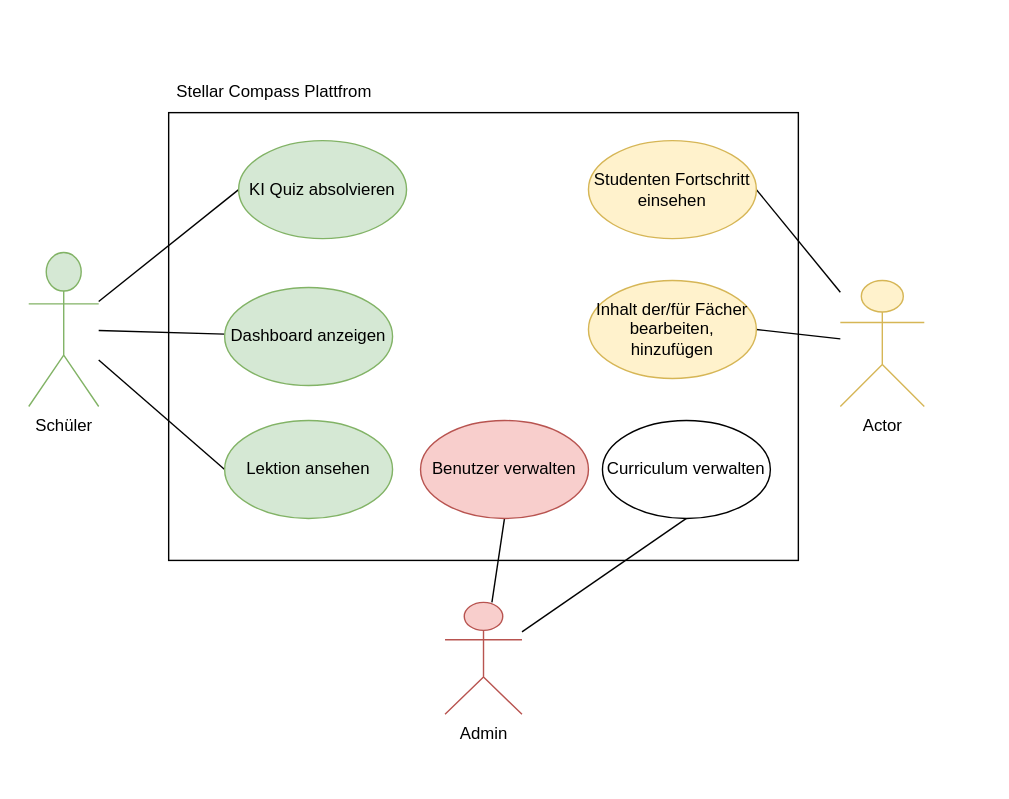
The draw.io diagram docs/Visuals/uc_diagram.drawio.svg in husse786/stellarcompass, before a commit. Source tidied: cells renumbered, new cells last; positions are measured from the earlier drawing's top-left corner, leaving out a move shared by most shapes.
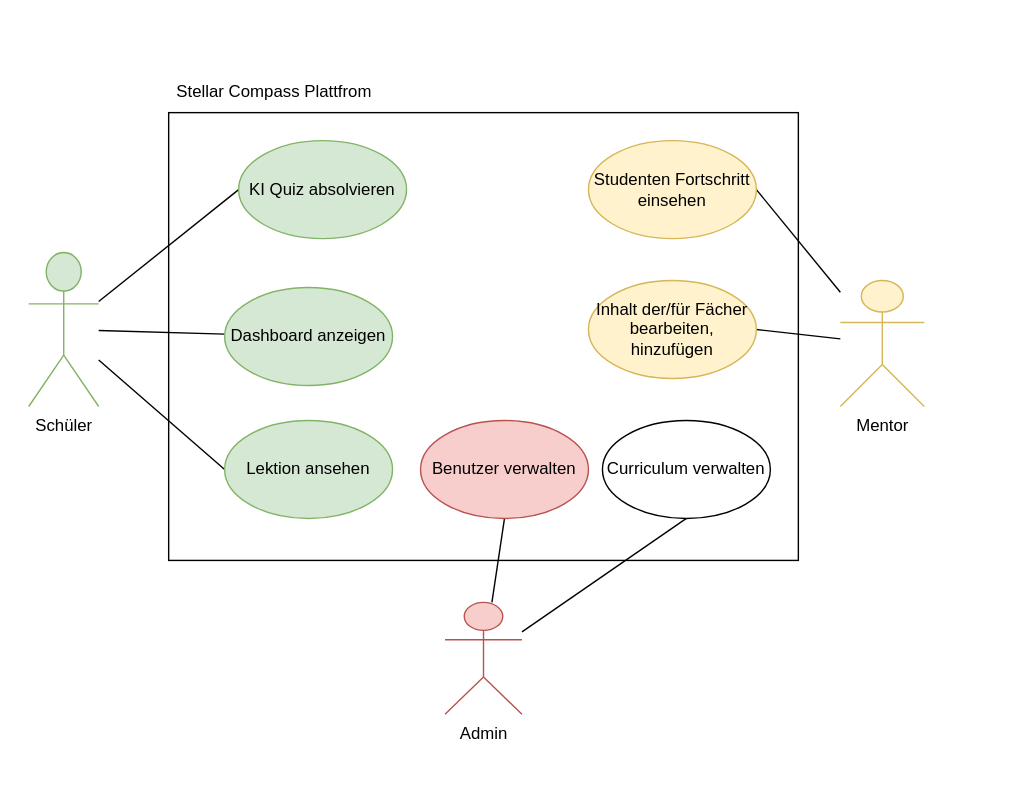
The same diagram one commit later.

Commit message:
created the archticture and concept... .

Diff of the diagram source:
```diff
@@ -29,7 +29,7 @@
     <mxCell id="10" style="edgeStyle=none;html=1;entryX=1;entryY=0.5;entryDx=0;entryDy=0;endArrow=none;endFill=0;" parent="1" edge="1" source="11" target="21">
       <mxGeometry relative="1" as="geometry" />
     </mxCell>
-    <mxCell id="11" value="Actor" style="shape=umlActor;verticalLabelPosition=bottom;verticalAlign=top;html=1;outlineConnect=0;fillColor=#fff2cc;strokeColor=#d6b656;" parent="1" vertex="1">
+    <mxCell id="11" value="Mentor" style="shape=umlActor;verticalLabelPosition=bottom;verticalAlign=top;html=1;outlineConnect=0;fillColor=#fff2cc;strokeColor=#d6b656;" parent="1" vertex="1">
       <mxGeometry x="600" y="200" width="60" height="90" as="geometry" />
     </mxCell>
     <mxCell id="12" style="edgeStyle=none;html=1;entryX=0.5;entryY=1;entryDx=0;entryDy=0;endArrow=none;endFill=0;" parent="1" edge="1" source="14" target="19">
```
